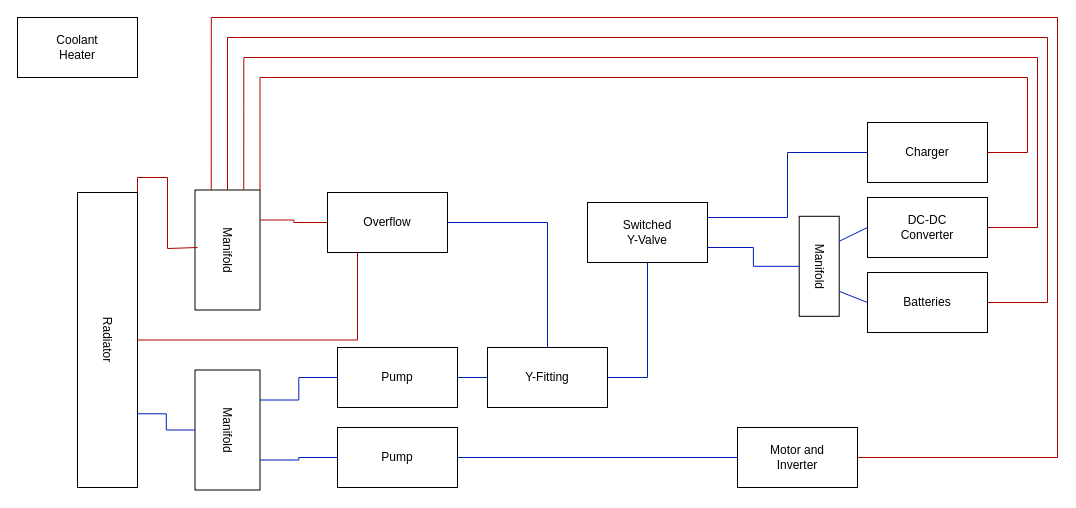
This is CoolantLoops.drawio from cdvanhorn/ForsanRaneaf, a draw.io file, before an edit. Source tidied: cells renumbered, new cells numbered last; positions are measured from the earlier drawing's top-left corner, leaving out a move shared by most shapes. Both pictures are drawn from the tidied source at 100%, with x=0, y=0 at pixel (17, 17).
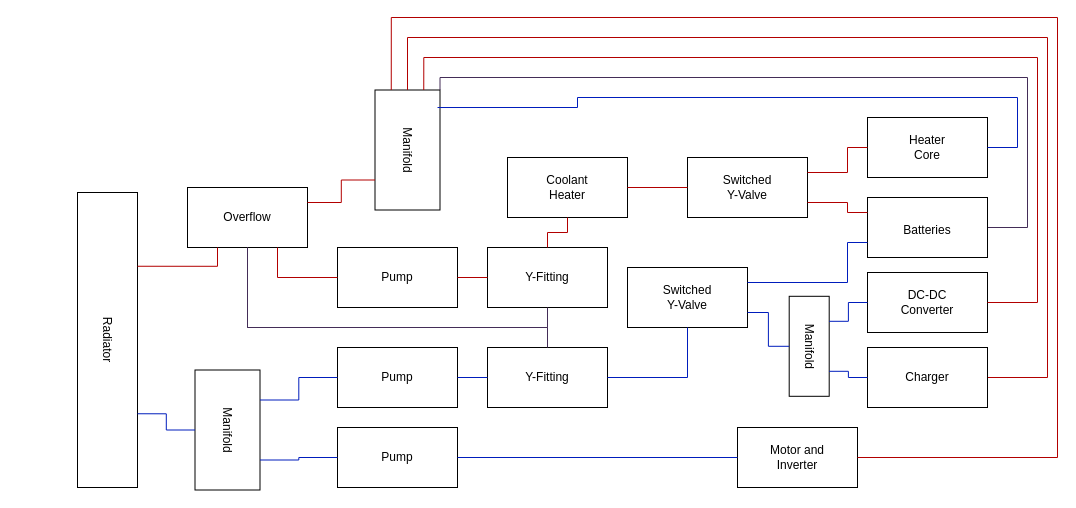
The same diagram, later.

Commit message:
coolant system rough draft

The change refers to these unchanged cells:
```xml
<mxCell id="3" style="rounded=0;whiteSpace=wrap;html=1;" parent="2" vertex="1">
  <mxGeometry width="60" height="295" as="geometry" />
</mxCell>
<mxCell id="15" style="rounded=0;whiteSpace=wrap;html=1;rotation=90;" parent="14" vertex="1">
  <mxGeometry width="120" height="65" as="geometry" />
</mxCell>
<mxCell id="18" style="rounded=0;whiteSpace=wrap;html=1;" parent="17" vertex="1">
  <mxGeometry width="120" height="60" as="geometry" />
</mxCell>
<mxCell id="27" style="rounded=0;whiteSpace=wrap;html=1;" parent="26" vertex="1">
  <mxGeometry width="120" height="60" as="geometry" />
</mxCell>
<mxCell id="30" style="rounded=0;whiteSpace=wrap;html=1;" parent="29" vertex="1">
  <mxGeometry width="120" height="60" as="geometry" />
</mxCell>
<mxCell id="33" style="rounded=0;whiteSpace=wrap;html=1;" parent="32" vertex="1">
  <mxGeometry width="120" height="60" as="geometry" />
</mxCell>
<mxCell id="36" style="rounded=0;whiteSpace=wrap;html=1;" parent="35" vertex="1">
  <mxGeometry width="120" height="60" as="geometry" />
</mxCell>
<mxCell id="44" style="rounded=0;whiteSpace=wrap;html=1;" parent="43" vertex="1">
  <mxGeometry width="120" height="60" as="geometry" />
</mxCell>
<mxCell id="51" style="rounded=0;whiteSpace=wrap;html=1;rotation=90;" parent="50" vertex="1">
  <mxGeometry x="-18.3" y="-1.2" width="100" height="40" as="geometry" />
</mxCell>
```

The edit, as a diff of the source:
```diff
@@
     <mxCell id="14" style="group;rotation=90;" parent="1" vertex="1">
-      <mxGeometry x="150" y="200" width="120" height="65" as="geometry" />
+      <mxGeometry x="330" y="100" width="120" height="65" as="geometry" />
     </mxCell>
@@
     <mxCell id="17" style="group;" parent="1" vertex="1">
-      <mxGeometry x="310" y="175" width="120" height="60" as="geometry" />
+      <mxGeometry x="170" y="170" width="120" height="60" as="geometry" />
     </mxCell>
@@
-    <mxCell id="20" style="group;" parent="1" vertex="1">
-      <mxGeometry x="850" y="255" width="120" height="60" as="geometry" />
-    </mxCell>
-    <mxCell id="21" style="rounded=0;whiteSpace=wrap;html=1;" parent="20" vertex="1">
-      <mxGeometry width="120" height="60" as="geometry" />
-    </mxCell>
-    <mxCell id="22" value="Batteries" style="text;html=1;align=center;verticalAlign=middle;whiteSpace=wrap;rounded=0;" parent="20" vertex="1">
-      <mxGeometry x="30" y="15" width="60" height="30" as="geometry" />
-    </mxCell>
-    <mxCell id="23" style="group;" parent="1" vertex="1">
-      <mxGeometry x="850" y="105" width="120" height="60" as="geometry" />
-    </mxCell>
-    <mxCell id="24" style="rounded=0;whiteSpace=wrap;html=1;" parent="23" vertex="1">
-      <mxGeometry width="120" height="60" as="geometry" />
-    </mxCell>
-    <mxCell id="25" value="Charger" style="text;html=1;align=center;verticalAlign=middle;whiteSpace=wrap;rounded=0;" parent="23" vertex="1">
-      <mxGeometry x="30" y="15" width="60" height="30" as="geometry" />
-    </mxCell>
     <mxCell id="26" style="group;" parent="1" vertex="1">
-      <mxGeometry x="850" y="180" width="120" height="60" as="geometry" />
+      <mxGeometry x="850" y="255" width="120" height="60" as="geometry" />
     </mxCell>
@@
     <mxCell id="29" style="group;" parent="1" vertex="1">
-      <mxGeometry x="570" y="185" width="120" height="60" as="geometry" />
+      <mxGeometry x="610" y="250" width="120" height="60" as="geometry" />
     </mxCell>
@@
     <mxCell id="32" style="group;" parent="1" vertex="1">
-      <mxGeometry width="120" height="60" as="geometry" />
+      <mxGeometry x="490" y="140" width="120" height="60" as="geometry" />
     </mxCell>
@@
     <mxCell id="39" style="endArrow=none;html=1;rounded=0;exitX=1;exitY=0.5;exitDx=0;exitDy=0;fillColor=#e51400;strokeColor=#B20000;entryX=0;entryY=0.75;entryDx=0;entryDy=0;edgeStyle=orthogonalEdgeStyle;" parent="1" edge="1" source="36" target="15">
       <mxGeometry relative="1" as="geometry">
         <Array as="points">
           <mxPoint x="1040" y="440" />
           <mxPoint x="1040" />
-          <mxPoint x="194" />
+          <mxPoint x="374" />
         </Array>
       </mxGeometry>
     </mxCell>
@@
-    <mxCell id="47" style="endArrow=none;html=1;rounded=0;entryX=1;entryY=0.5;entryDx=0;entryDy=0;exitX=0.5;exitY=0;exitDx=0;exitDy=0;fillColor=#0050ef;strokeColor=#001DBC;edgeStyle=orthogonalEdgeStyle;" parent="1" edge="1" source="44" target="18">
-      <mxGeometry relative="1" as="geometry" />
-    </mxCell>
@@
-    <mxCell id="49" style="endArrow=none;html=1;rounded=0;entryX=0;entryY=0.5;entryDx=0;entryDy=0;exitX=1;exitY=0.25;exitDx=0;exitDy=0;fillColor=#0050ef;strokeColor=#001DBC;edgeStyle=orthogonalEdgeStyle;" parent="1" edge="1" source="30" target="24">
-      <mxGeometry relative="1" as="geometry" />
-    </mxCell>
     <mxCell id="50" style="group;rotation=90;" parent="1" vertex="1">
-      <mxGeometry x="770" y="230" width="100" height="40" as="geometry" />
+      <mxGeometry x="760" y="310" width="100" height="40" as="geometry" />
     </mxCell>
@@
-    <mxCell id="53" style="endArrow=none;html=1;rounded=0;entryX=0.5;entryY=1;entryDx=0;entryDy=0;exitX=1;exitY=0.75;exitDx=0;exitDy=0;fillColor=#0050ef;strokeColor=#001DBC;edgeStyle=orthogonalEdgeStyle;" parent="1" edge="1" source="30" target="51">
-      <mxGeometry relative="1" as="geometry" />
-    </mxCell>
-    <mxCell id="54" style="endArrow=none;html=1;rounded=0;entryX=0.75;entryY=0;entryDx=0;entryDy=0;exitX=0;exitY=0.5;exitDx=0;exitDy=0;fillColor=#0050ef;strokeColor=#001DBC;" parent="1" edge="1" source="21" target="51">
-      <mxGeometry relative="1" as="geometry" />
-    </mxCell>
-    <mxCell id="55" style="endArrow=none;html=1;rounded=0;entryX=0.25;entryY=0;entryDx=0;entryDy=0;exitX=0;exitY=0.5;exitDx=0;exitDy=0;fillColor=#0050ef;strokeColor=#001DBC;" parent="1" edge="1" source="27" target="51">
-      <mxGeometry relative="1" as="geometry" />
-    </mxCell>
-    <mxCell id="56" style="endArrow=none;html=1;rounded=0;exitX=1;exitY=0.5;exitDx=0;exitDy=0;entryX=0.25;entryY=1;entryDx=0;entryDy=0;edgeStyle=orthogonalEdgeStyle;fillColor=#e51400;strokeColor=#B20000;" parent="1" edge="1" source="3" target="18">
-      <mxGeometry relative="1" as="geometry" />
-    </mxCell>
-    <mxCell id="57" style="endArrow=none;html=1;rounded=0;entryX=0;entryY=0.5;entryDx=0;entryDy=0;exitX=0.25;exitY=0;exitDx=0;exitDy=0;fillColor=#e51400;strokeColor=#B20000;edgeStyle=orthogonalEdgeStyle;" parent="1" edge="1" source="15" target="18">
-      <mxGeometry relative="1" as="geometry" />
-    </mxCell>
     <mxCell id="58" style="endArrow=none;html=1;rounded=0;exitX=1;exitY=0.5;exitDx=0;exitDy=0;entryX=0;entryY=0.5;entryDx=0;entryDy=0;fillColor=#e51400;strokeColor=#B20000;edgeStyle=orthogonalEdgeStyle;" parent="1" edge="1" source="21" target="15">
       <mxGeometry relative="1" as="geometry">
         <Array as="points">
-          <mxPoint x="1030" y="285" />
+          <mxPoint x="1030" y="360" />
           <mxPoint x="1030" y="20" />
-          <mxPoint x="210" y="20" />
+          <mxPoint x="390" y="20" />
         </Array>
       </mxGeometry>
     </mxCell>
     <mxCell id="59" style="endArrow=none;html=1;rounded=0;exitX=1;exitY=0.5;exitDx=0;exitDy=0;entryX=0;entryY=0.25;entryDx=0;entryDy=0;fillColor=#e51400;strokeColor=#B20000;edgeStyle=orthogonalEdgeStyle;" parent="1" edge="1" source="27" target="15">
       <mxGeometry relative="1" as="geometry">
         <Array as="points">
-          <mxPoint x="1020" y="210" />
+          <mxPoint x="1020" y="285" />
           <mxPoint x="1020" y="40" />
-          <mxPoint x="226" y="40" />
+          <mxPoint x="406" y="40" />
         </Array>
       </mxGeometry>
     </mxCell>
-    <mxCell id="60" style="endArrow=none;html=1;rounded=0;exitX=1;exitY=0.5;exitDx=0;exitDy=0;entryX=0;entryY=0;entryDx=0;entryDy=0;fillColor=#e51400;strokeColor=#B20000;edgeStyle=orthogonalEdgeStyle;" parent="1" edge="1" source="24" target="15">
+    <mxCell id="60" style="endArrow=none;html=1;rounded=0;exitX=1;exitY=0.5;exitDx=0;exitDy=0;entryX=0;entryY=0;entryDx=0;entryDy=0;fillColor=#76608a;strokeColor=#432D57;edgeStyle=orthogonalEdgeStyle;" parent="1" edge="1" source="24" target="15">
       <mxGeometry relative="1" as="geometry">
         <Array as="points">
-          <mxPoint x="1010" y="135" />
+          <mxPoint x="1010" y="210" />
           <mxPoint x="1010" y="60" />
-          <mxPoint x="243" y="60" />
+          <mxPoint x="423" y="60" />
         </Array>
       </mxGeometry>
     </mxCell>
-    <mxCell id="61" style="endArrow=none;html=1;rounded=0;exitX=1;exitY=0;exitDx=0;exitDy=0;fillColor=#e51400;strokeColor=#B20000;edgeStyle=orthogonalEdgeStyle;" parent="1" edge="1" source="3">
-      <mxGeometry relative="1" as="geometry">
-        <mxPoint x="180" y="230" as="targetPoint" />
-        <Array as="points">
-          <mxPoint x="120" y="160" />
-          <mxPoint x="150" y="160" />
-          <mxPoint x="150" y="231" />
-        </Array>
-      </mxGeometry>
-    </mxCell>
+    <mxCell id="62" style="group;" parent="1" vertex="1">
+      <mxGeometry x="850" y="180" width="120" height="60" as="geometry" />
+    </mxCell>
+    <mxCell id="24" style="rounded=0;whiteSpace=wrap;html=1;" parent="62" vertex="1">
+      <mxGeometry width="120" height="60" as="geometry" />
+    </mxCell>
+    <mxCell id="22" value="Batteries" style="text;html=1;align=center;verticalAlign=middle;whiteSpace=wrap;rounded=0;" parent="62" vertex="1">
+      <mxGeometry x="30" y="17.5" width="60" height="30" as="geometry" />
+    </mxCell>
+    <mxCell id="63" style="group;" parent="1" vertex="1">
+      <mxGeometry x="850" y="330" width="120" height="60" as="geometry" />
+    </mxCell>
+    <mxCell id="21" style="rounded=0;whiteSpace=wrap;html=1;" parent="63" vertex="1">
+      <mxGeometry width="120" height="60" as="geometry" />
+    </mxCell>
+    <mxCell id="25" value="Charger" style="text;html=1;align=center;verticalAlign=middle;whiteSpace=wrap;rounded=0;" parent="63" vertex="1">
+      <mxGeometry x="30" y="15" width="60" height="30" as="geometry" />
+    </mxCell>
+    <mxCell id="64" style="rounded=0;whiteSpace=wrap;html=1;" parent="1" vertex="1">
+      <mxGeometry x="850" y="100" width="120" height="60" as="geometry" />
+    </mxCell>
+    <mxCell id="65" style="group;" parent="1" vertex="1">
+      <mxGeometry x="670" y="140" width="120" height="60" as="geometry" />
+    </mxCell>
+    <mxCell id="66" style="rounded=0;whiteSpace=wrap;html=1;" parent="65" vertex="1">
+      <mxGeometry width="120" height="60" as="geometry" />
+    </mxCell>
+    <mxCell id="67" value="Switched Y-Valve" style="text;html=1;align=center;verticalAlign=middle;whiteSpace=wrap;rounded=0;" parent="65" vertex="1">
+      <mxGeometry x="30" y="15" width="60" height="30" as="geometry" />
+    </mxCell>
+    <mxCell id="68" style="group;" parent="1" vertex="1">
+      <mxGeometry x="320" y="230" width="120" height="60" as="geometry" />
+    </mxCell>
+    <mxCell id="69" style="rounded=0;whiteSpace=wrap;html=1;" parent="68" vertex="1">
+      <mxGeometry width="120" height="60" as="geometry" />
+    </mxCell>
+    <mxCell id="70" value="&lt;div&gt;Pump&lt;/div&gt;" style="text;html=1;align=center;verticalAlign=middle;whiteSpace=wrap;rounded=0;" parent="68" vertex="1">
+      <mxGeometry x="30" y="15" width="60" height="30" as="geometry" />
+    </mxCell>
+    <mxCell id="71" style="group;" parent="1" vertex="1">
+      <mxGeometry x="470" y="230" width="120" height="60" as="geometry" />
+    </mxCell>
+    <mxCell id="72" style="rounded=0;whiteSpace=wrap;html=1;" parent="71" vertex="1">
+      <mxGeometry width="120" height="60" as="geometry" />
+    </mxCell>
+    <mxCell id="73" value="Y-Fitting" style="text;html=1;align=center;verticalAlign=middle;whiteSpace=wrap;rounded=0;" parent="71" vertex="1">
+      <mxGeometry x="30" y="15" width="60" height="30" as="geometry" />
+    </mxCell>
+    <mxCell id="74" style="endArrow=none;html=1;rounded=0;exitX=1;exitY=0.5;exitDx=0;exitDy=0;entryX=0;entryY=0.5;entryDx=0;entryDy=0;fillColor=#e51400;strokeColor=#B20000;" parent="1" edge="1" source="69" target="72">
+      <mxGeometry relative="1" as="geometry" />
+    </mxCell>
+    <mxCell id="56" style="endArrow=none;html=1;rounded=0;entryX=0.25;entryY=1;entryDx=0;entryDy=0;exitX=1;exitY=0.25;exitDx=0;exitDy=0;edgeStyle=orthogonalEdgeStyle;fillColor=#e51400;strokeColor=#B20000;" parent="1" edge="1" source="3" target="18">
+      <mxGeometry relative="1" as="geometry" />
+    </mxCell>
+    <mxCell id="75" style="endArrow=none;html=1;rounded=0;exitX=1;exitY=0.25;exitDx=0;exitDy=0;entryX=0.75;entryY=1;entryDx=0;entryDy=0;fillColor=#e51400;strokeColor=#B20000;edgeStyle=orthogonalEdgeStyle;" parent="1" edge="1" source="18" target="15">
+      <mxGeometry relative="1" as="geometry" />
+    </mxCell>
+    <mxCell id="76" style="endArrow=none;html=1;rounded=0;entryX=0.75;entryY=1;entryDx=0;entryDy=0;exitX=0;exitY=0.5;exitDx=0;exitDy=0;fillColor=#e51400;strokeColor=#B20000;edgeStyle=orthogonalEdgeStyle;" parent="1" edge="1" source="69" target="18">
+      <mxGeometry relative="1" as="geometry" />
+    </mxCell>
+    <mxCell id="77" style="endArrow=none;html=1;rounded=0;entryX=0.5;entryY=1;entryDx=0;entryDy=0;exitX=0.5;exitY=1;exitDx=0;exitDy=0;edgeStyle=orthogonalEdgeStyle;fillColor=#76608a;strokeColor=#432D57;" parent="1" edge="1" source="18" target="72">
+      <mxGeometry relative="1" as="geometry">
+        <Array as="points">
+          <mxPoint x="230" y="310" />
+          <mxPoint x="530" y="310" />
+        </Array>
+      </mxGeometry>
+    </mxCell>
+    <mxCell id="78" style="endArrow=none;html=1;rounded=0;entryX=0.5;entryY=0;entryDx=0;entryDy=0;exitX=0.5;exitY=1;exitDx=0;exitDy=0;edgeStyle=orthogonalEdgeStyle;fillColor=#76608a;strokeColor=#432D57;" parent="1" edge="1" source="18" target="44">
+      <mxGeometry relative="1" as="geometry">
+        <Array as="points">
+          <mxPoint x="230" y="310" />
+          <mxPoint x="530" y="310" />
+        </Array>
+      </mxGeometry>
+    </mxCell>
+    <mxCell id="79" style="endArrow=none;html=1;rounded=0;entryX=0.5;entryY=0;entryDx=0;entryDy=0;exitX=0.5;exitY=1;exitDx=0;exitDy=0;fillColor=#e51400;strokeColor=#B20000;edgeStyle=orthogonalEdgeStyle;" parent="1" edge="1" source="33" target="72">
+      <mxGeometry relative="1" as="geometry" />
+    </mxCell>
+    <mxCell id="80" style="endArrow=none;html=1;rounded=0;exitX=1;exitY=0.5;exitDx=0;exitDy=0;entryX=0;entryY=0.5;entryDx=0;entryDy=0;fillColor=#e51400;strokeColor=#B20000;" parent="1" edge="1" source="33" target="66">
+      <mxGeometry relative="1" as="geometry" />
+    </mxCell>
+    <mxCell id="81" value="Heater Core" style="text;html=1;align=center;verticalAlign=middle;whiteSpace=wrap;rounded=0;" parent="1" vertex="1">
+      <mxGeometry x="880" y="115" width="60" height="30" as="geometry" />
+    </mxCell>
+    <mxCell id="82" style="endArrow=none;html=1;rounded=0;entryX=1;entryY=0.25;entryDx=0;entryDy=0;exitX=0;exitY=0.5;exitDx=0;exitDy=0;fillColor=#e51400;strokeColor=#B20000;edgeStyle=orthogonalEdgeStyle;" parent="1" edge="1" source="64" target="66">
+      <mxGeometry relative="1" as="geometry">
+        <Array as="points">
+          <mxPoint x="830" y="130" />
+          <mxPoint x="830" y="155" />
+        </Array>
+      </mxGeometry>
+    </mxCell>
+    <mxCell id="83" style="endArrow=none;html=1;rounded=0;entryX=1;entryY=0.75;entryDx=0;entryDy=0;exitX=0;exitY=0.25;exitDx=0;exitDy=0;fillColor=#e51400;strokeColor=#B20000;edgeStyle=orthogonalEdgeStyle;" parent="1" edge="1" source="24" target="66">
+      <mxGeometry relative="1" as="geometry">
+        <Array as="points">
+          <mxPoint x="830" y="195" />
+          <mxPoint x="830" y="185" />
+        </Array>
+      </mxGeometry>
+    </mxCell>
+    <mxCell id="84" style="endArrow=none;html=1;rounded=0;exitX=1;exitY=0.5;exitDx=0;exitDy=0;entryX=0.146;entryY=0.038;entryDx=0;entryDy=0;entryPerimeter=0;edgeStyle=orthogonalEdgeStyle;fillColor=#0050ef;strokeColor=#001DBC;" parent="1" edge="1" source="64" target="15">
+      <mxGeometry relative="1" as="geometry">
+        <Array as="points">
+          <mxPoint x="1000" y="130" />
+          <mxPoint x="1000" y="80" />
+          <mxPoint x="560" y="80" />
+          <mxPoint x="560" y="90" />
+        </Array>
+      </mxGeometry>
+    </mxCell>
+    <mxCell id="85" style="endArrow=none;html=1;rounded=0;entryX=1;entryY=0.25;entryDx=0;entryDy=0;exitX=0;exitY=0.75;exitDx=0;exitDy=0;fillColor=#0050ef;strokeColor=#001DBC;edgeStyle=orthogonalEdgeStyle;" parent="1" edge="1" source="24" target="30">
+      <mxGeometry relative="1" as="geometry">
+        <Array as="points">
+          <mxPoint x="830" y="225" />
+          <mxPoint x="830" y="265" />
+        </Array>
+      </mxGeometry>
+    </mxCell>
+    <mxCell id="86" style="endArrow=none;html=1;rounded=0;entryX=1;entryY=0.75;entryDx=0;entryDy=0;exitX=0.5;exitY=1;exitDx=0;exitDy=0;fillColor=#0050ef;strokeColor=#001DBC;edgeStyle=orthogonalEdgeStyle;" parent="1" edge="1" source="51" target="30">
+      <mxGeometry relative="1" as="geometry" />
+    </mxCell>
+    <mxCell id="55" style="endArrow=none;html=1;rounded=0;entryX=0.25;entryY=0;entryDx=0;entryDy=0;exitX=0;exitY=0.5;exitDx=0;exitDy=0;fillColor=#0050ef;strokeColor=#001DBC;edgeStyle=orthogonalEdgeStyle;" parent="1" edge="1" source="27" target="51">
+      <mxGeometry relative="1" as="geometry" />
+    </mxCell>
+    <mxCell id="54" style="endArrow=none;html=1;rounded=0;entryX=0.75;entryY=0;entryDx=0;entryDy=0;exitX=0;exitY=0.5;exitDx=0;exitDy=0;fillColor=#0050ef;strokeColor=#001DBC;edgeStyle=orthogonalEdgeStyle;" parent="1" edge="1" source="21" target="51">
+      <mxGeometry relative="1" as="geometry" />
+    </mxCell>
```
